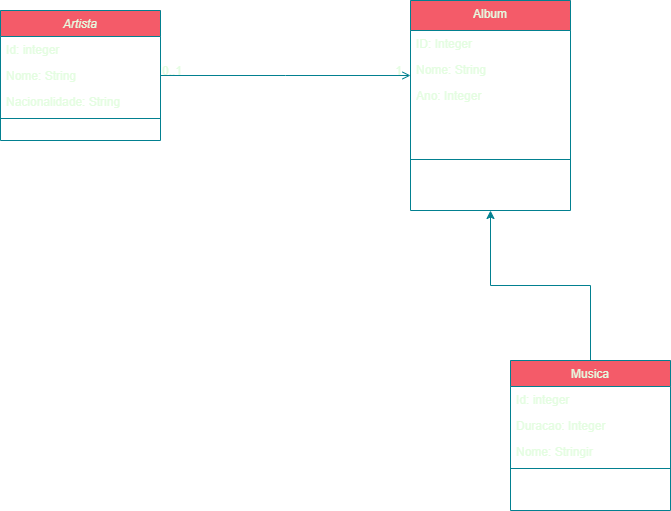
Earlier version of the draw.io export Exercicio01.drawio.png (GoisEduardo/CursoModelagemUdemy). Source tidied: cells renumbered, new cells last; positions are measured from the earlier drawing's top-left corner, leaving out a move shared by most shapes. Source of this version:
```xml
<mxGraphModel background="#114B5F">
  <root>
    <mxCell id="0" />
    <mxCell id="1" parent="0" />
    <mxCell id="2" value="Artista" style="swimlane;fontStyle=2;align=center;verticalAlign=top;horizontal=1;startSize=26;rounded=0;shadow=0;strokeWidth=1;fillColor=#F45B69;strokeColor=#028090;fontColor=#E4FDE1;" parent="1" vertex="1">
      <mxGeometry y="10" width="160" height="130" as="geometry" />
    </mxCell>
    <mxCell id="3" value="Id: integer" style="text;align=left;verticalAlign=top;spacingLeft=4;spacingRight=4;overflow=hidden;fontColor=#E4FDE1;" parent="2" vertex="1">
      <mxGeometry y="26" width="160" height="26" as="geometry" />
    </mxCell>
    <mxCell id="4" value="Nome: String" style="text;align=left;verticalAlign=top;spacingLeft=4;spacingRight=4;overflow=hidden;fontColor=#E4FDE1;" parent="2" vertex="1">
      <mxGeometry y="52" width="160" height="26" as="geometry" />
    </mxCell>
    <mxCell id="5" value="Nacionalidade: String&#10;" style="text;align=left;verticalAlign=top;spacingLeft=4;spacingRight=4;overflow=hidden;rounded=0;shadow=0;html=0;fontColor=#E4FDE1;" parent="2" vertex="1">
      <mxGeometry y="78" width="160" height="26" as="geometry" />
    </mxCell>
    <mxCell id="6" style="line;html=1;strokeWidth=1;align=left;verticalAlign=middle;spacingTop=-1;spacingLeft=3;spacingRight=3;labelPosition=right;labelBackgroundColor=#114B5F;fillColor=#F45B69;strokeColor=#028090;fontColor=#E4FDE1;" parent="2" vertex="1">
      <mxGeometry y="104" width="160" height="8" as="geometry" />
    </mxCell>
    <mxCell id="7" value="Album" style="swimlane;fontStyle=0;align=center;verticalAlign=top;horizontal=1;startSize=30;rounded=0;shadow=0;strokeWidth=1;fillColor=#F45B69;strokeColor=#028090;fontColor=#E4FDE1;" parent="1" vertex="1">
      <mxGeometry x="410" width="160" height="210" as="geometry" />
    </mxCell>
    <mxCell id="8" value="ID: Integer&#10;" style="text;align=left;verticalAlign=top;spacingLeft=4;spacingRight=4;overflow=hidden;fontColor=#E4FDE1;" parent="7" vertex="1">
      <mxGeometry y="30" width="160" height="26" as="geometry" />
    </mxCell>
    <mxCell id="9" value="Nome: String" style="text;align=left;verticalAlign=top;spacingLeft=4;spacingRight=4;overflow=hidden;rounded=0;shadow=0;html=0;fontColor=#E4FDE1;" parent="7" vertex="1">
      <mxGeometry y="56" width="160" height="26" as="geometry" />
    </mxCell>
    <mxCell id="10" value="Ano: Integer" style="text;align=left;verticalAlign=top;spacingLeft=4;spacingRight=4;overflow=hidden;rounded=0;shadow=0;html=0;fontColor=#E4FDE1;" parent="7" vertex="1">
      <mxGeometry y="82" width="160" height="26" as="geometry" />
    </mxCell>
    <mxCell id="11" style="line;html=1;strokeWidth=1;align=left;verticalAlign=middle;spacingTop=-1;spacingLeft=3;spacingRight=3;labelPosition=right;labelBackgroundColor=#114B5F;fillColor=#F45B69;strokeColor=#028090;fontColor=#E4FDE1;" parent="7" vertex="1">
      <mxGeometry y="108" width="160" height="102" as="geometry" />
    </mxCell>
    <mxCell id="12" style="endArrow=open;shadow=0;strokeWidth=1;rounded=0;endFill=1;edgeStyle=elbowEdgeStyle;elbow=vertical;labelBackgroundColor=#114B5F;strokeColor=#028090;fontColor=#E4FDE1;" parent="1" edge="1" source="2" target="7">
      <mxGeometry x="0.5" y="41" relative="1" as="geometry">
        <mxPoint x="-40" y="32" as="offset" />
      </mxGeometry>
    </mxCell>
    <mxCell id="13" value="0..1" style="align=left;verticalAlign=bottom;labelBackgroundColor=none;fontSize=12;fillColor=#F45B69;strokeColor=#028090;fontColor=#E4FDE1;" parent="12" vertex="1">
      <mxGeometry x="-1" relative="1" as="geometry">
        <mxPoint y="4" as="offset" />
      </mxGeometry>
    </mxCell>
    <mxCell id="14" value="1" style="align=right;verticalAlign=bottom;labelBackgroundColor=none;fontSize=12;fillColor=#F45B69;strokeColor=#028090;fontColor=#E4FDE1;" parent="12" vertex="1">
      <mxGeometry x="1" relative="1" as="geometry">
        <mxPoint x="-7" y="4" as="offset" />
      </mxGeometry>
    </mxCell>
    <mxCell id="15" style="edgeStyle=orthogonalEdgeStyle;rounded=0;jettySize=auto;html=1;strokeColor=#028090;fontColor=#E4FDE1;fillColor=#F45B69;labelBackgroundColor=#114B5F;entryX=0.5;entryY=1;entryDx=0;entryDy=0;" parent="1" edge="1" source="16" target="7">
      <mxGeometry relative="1" as="geometry" />
    </mxCell>
    <mxCell id="16" value="Musica" style="swimlane;fontStyle=0;align=center;verticalAlign=top;horizontal=1;startSize=26;rounded=0;shadow=0;strokeWidth=1;fillColor=#F45B69;strokeColor=#028090;fontColor=#E4FDE1;" parent="1" vertex="1">
      <mxGeometry x="510" y="360" width="160" height="150" as="geometry" />
    </mxCell>
    <mxCell id="17" value="Id: integer" style="text;align=left;verticalAlign=top;spacingLeft=4;spacingRight=4;overflow=hidden;fontColor=#E4FDE1;" parent="16" vertex="1">
      <mxGeometry y="26" width="160" height="26" as="geometry" />
    </mxCell>
    <mxCell id="18" value="Duracao: Integer" style="text;align=left;verticalAlign=top;spacingLeft=4;spacingRight=4;overflow=hidden;rounded=0;shadow=0;html=0;fontColor=#E4FDE1;" parent="16" vertex="1">
      <mxGeometry y="52" width="160" height="26" as="geometry" />
    </mxCell>
    <mxCell id="19" value="Nome: Stringir" style="text;align=left;verticalAlign=top;spacingLeft=4;spacingRight=4;overflow=hidden;rounded=0;shadow=0;html=0;fontColor=#E4FDE1;" parent="16" vertex="1">
      <mxGeometry y="78" width="160" height="26" as="geometry" />
    </mxCell>
    <mxCell id="20" style="line;html=1;strokeWidth=1;align=left;verticalAlign=middle;spacingTop=-1;spacingLeft=3;spacingRight=3;labelPosition=right;labelBackgroundColor=#114B5F;fillColor=#F45B69;strokeColor=#028090;fontColor=#E4FDE1;" parent="16" vertex="1">
      <mxGeometry y="104" width="160" height="8" as="geometry" />
    </mxCell>
  </root>
</mxGraphModel>
```
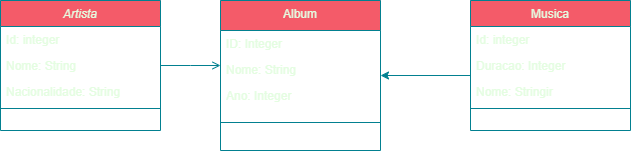
Above is the later version.

Change to the diagram source:
```diff
@@ -17,8 +17,8 @@
     <mxCell id="6" style="line;html=1;strokeWidth=1;align=left;verticalAlign=middle;spacingTop=-1;spacingLeft=3;spacingRight=3;labelPosition=right;labelBackgroundColor=#114B5F;fillColor=#F45B69;strokeColor=#028090;fontColor=#E4FDE1;" parent="2" vertex="1">
       <mxGeometry y="104" width="160" height="8" as="geometry" />
     </mxCell>
-    <mxCell id="7" value="Album" style="swimlane;fontStyle=0;align=center;verticalAlign=top;horizontal=1;startSize=30;rounded=0;shadow=0;strokeWidth=1;fillColor=#F45B69;strokeColor=#028090;fontColor=#E4FDE1;" parent="1" vertex="1">
-      <mxGeometry x="410" width="160" height="210" as="geometry" />
+    <mxCell id="7" value="Album" style="swimlane;fontStyle=0;align=center;verticalAlign=top;horizontal=1;startSize=30;rounded=0;shadow=0;strokeWidth=1;fillColor=#F45B69;strokeColor=#028090;fontColor=#E4FDE1;direction=east;" parent="1" vertex="1">
+      <mxGeometry x="220" y="10" width="160" height="150" as="geometry" />
     </mxCell>
     <mxCell id="8" value="ID: Integer&#10;" style="text;align=left;verticalAlign=top;spacingLeft=4;spacingRight=4;overflow=hidden;fontColor=#E4FDE1;" parent="7" vertex="1">
       <mxGeometry y="30" width="160" height="26" as="geometry" />
@@ -27,31 +27,26 @@
       <mxGeometry y="56" width="160" height="26" as="geometry" />
     </mxCell>
     <mxCell id="10" value="Ano: Integer" style="text;align=left;verticalAlign=top;spacingLeft=4;spacingRight=4;overflow=hidden;rounded=0;shadow=0;html=0;fontColor=#E4FDE1;" parent="7" vertex="1">
-      <mxGeometry y="82" width="160" height="26" as="geometry" />
+      <mxGeometry y="82" width="160" height="28" as="geometry" />
     </mxCell>
     <mxCell id="11" style="line;html=1;strokeWidth=1;align=left;verticalAlign=middle;spacingTop=-1;spacingLeft=3;spacingRight=3;labelPosition=right;labelBackgroundColor=#114B5F;fillColor=#F45B69;strokeColor=#028090;fontColor=#E4FDE1;" parent="7" vertex="1">
-      <mxGeometry y="108" width="160" height="102" as="geometry" />
+      <mxGeometry y="110" width="160" height="24" as="geometry" />
     </mxCell>
     <mxCell id="12" style="endArrow=open;shadow=0;strokeWidth=1;rounded=0;endFill=1;edgeStyle=elbowEdgeStyle;elbow=vertical;labelBackgroundColor=#114B5F;strokeColor=#028090;fontColor=#E4FDE1;" parent="1" edge="1" source="2" target="7">
       <mxGeometry x="0.5" y="41" relative="1" as="geometry">
         <mxPoint x="-40" y="32" as="offset" />
       </mxGeometry>
     </mxCell>
-    <mxCell id="13" value="0..1" style="align=left;verticalAlign=bottom;labelBackgroundColor=none;fontSize=12;fillColor=#F45B69;strokeColor=#028090;fontColor=#E4FDE1;" parent="12" vertex="1">
-      <mxGeometry x="-1" relative="1" as="geometry">
-        <mxPoint y="4" as="offset" />
-      </mxGeometry>
-    </mxCell>
-    <mxCell id="14" value="1" style="align=right;verticalAlign=bottom;labelBackgroundColor=none;fontSize=12;fillColor=#F45B69;strokeColor=#028090;fontColor=#E4FDE1;" parent="12" vertex="1">
-      <mxGeometry x="1" relative="1" as="geometry">
-        <mxPoint x="-7" y="4" as="offset" />
-      </mxGeometry>
-    </mxCell>
-    <mxCell id="15" style="edgeStyle=orthogonalEdgeStyle;rounded=0;jettySize=auto;html=1;strokeColor=#028090;fontColor=#E4FDE1;fillColor=#F45B69;labelBackgroundColor=#114B5F;entryX=0.5;entryY=1;entryDx=0;entryDy=0;" parent="1" edge="1" source="16" target="7">
-      <mxGeometry relative="1" as="geometry" />
+    <mxCell id="15" style="edgeStyle=orthogonalEdgeStyle;rounded=0;jettySize=auto;html=1;strokeColor=#028090;fontColor=#E4FDE1;fillColor=#F45B69;labelBackgroundColor=#114B5F;" parent="1" edge="1" source="16">
+      <mxGeometry relative="1" as="geometry">
+        <mxPoint x="380" y="85" as="targetPoint" />
+        <Array as="points">
+          <mxPoint x="380" y="85" />
+        </Array>
+      </mxGeometry>
     </mxCell>
     <mxCell id="16" value="Musica" style="swimlane;fontStyle=0;align=center;verticalAlign=top;horizontal=1;startSize=26;rounded=0;shadow=0;strokeWidth=1;fillColor=#F45B69;strokeColor=#028090;fontColor=#E4FDE1;" parent="1" vertex="1">
-      <mxGeometry x="510" y="360" width="160" height="150" as="geometry" />
+      <mxGeometry x="470" y="10" width="160" height="130" as="geometry" />
     </mxCell>
     <mxCell id="17" value="Id: integer" style="text;align=left;verticalAlign=top;spacingLeft=4;spacingRight=4;overflow=hidden;fontColor=#E4FDE1;" parent="16" vertex="1">
       <mxGeometry y="26" width="160" height="26" as="geometry" />
```
